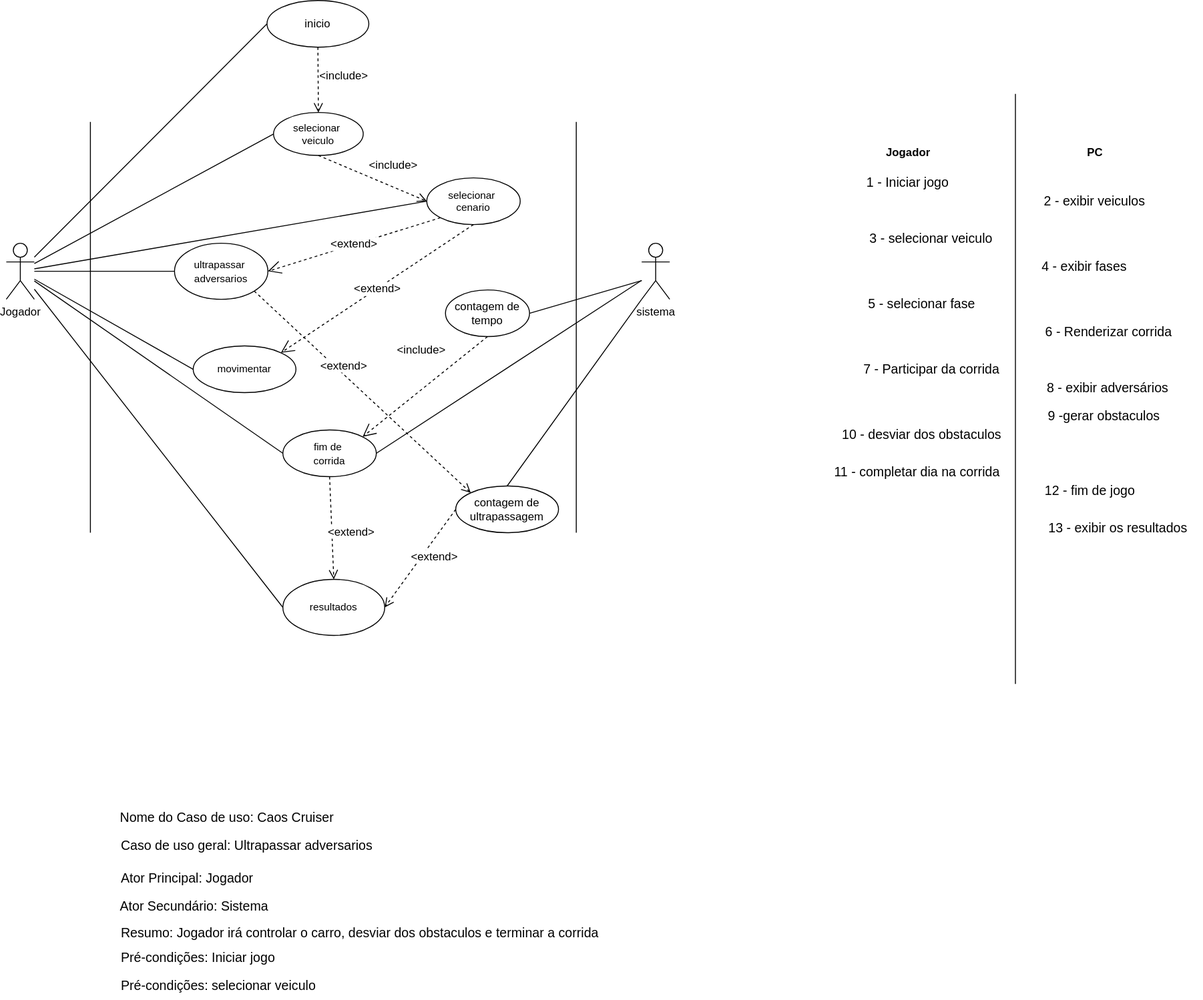
Earlier version of the draw.io export diagrama caso de uso Enduro.drawio.svg (YosagiGames/CaosCruiser). Source tidied: cells renumbered, new cells last; positions are measured from the earlier drawing's top-left corner, leaving out a move shared by most shapes.
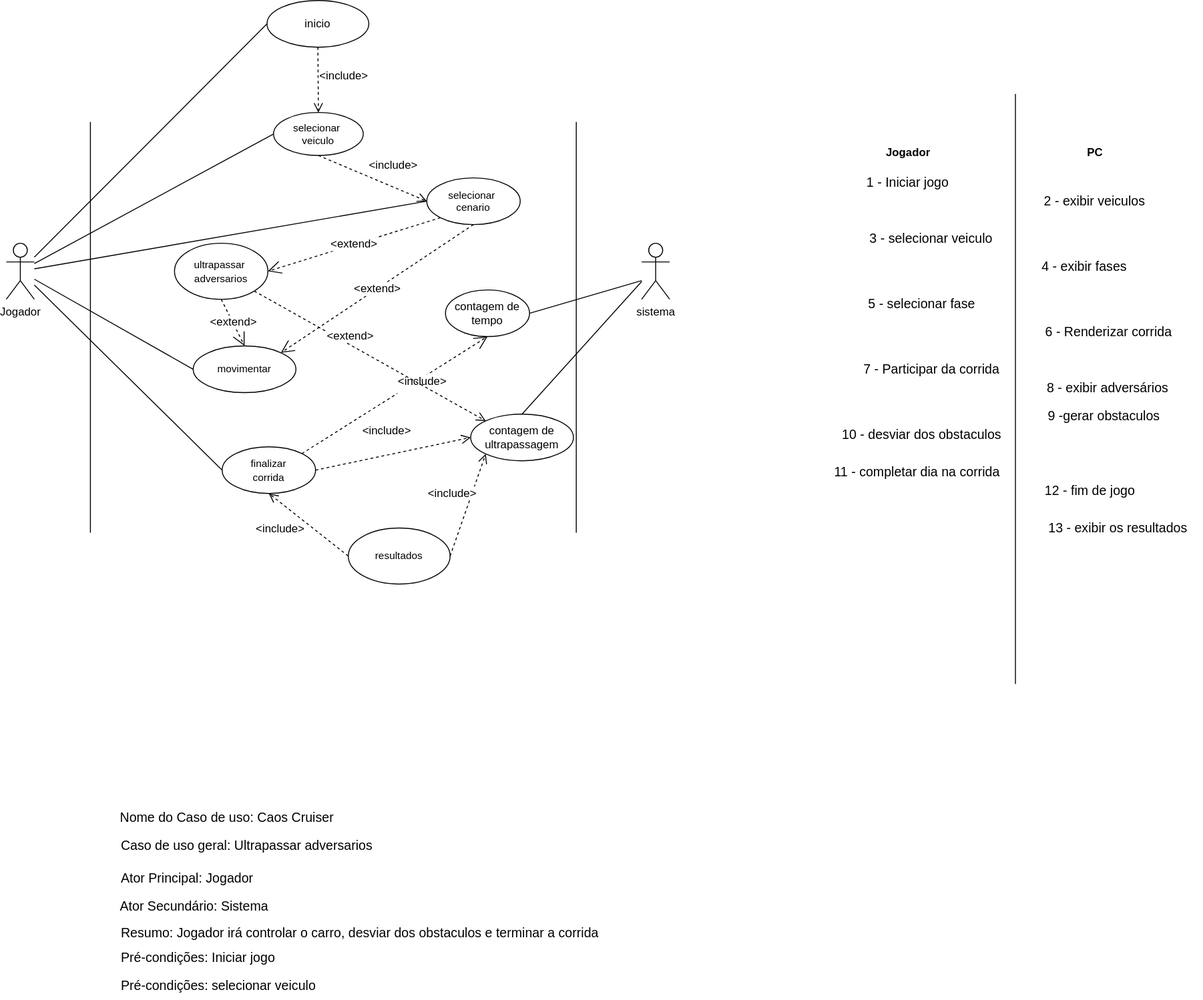
After the commit.

Diff of the diagram source:
```diff
@@ -29,11 +29,11 @@
     <mxCell id="8" value="&lt;font style=&quot;font-size: 11px;&quot;&gt;selecionar&amp;nbsp;&lt;/font&gt;&lt;div style=&quot;font-size: 11px;&quot;&gt;cenario&lt;/div&gt;" style="ellipse;whiteSpace=wrap;html=1;" parent="1" vertex="1">
       <mxGeometry x="450" y="190" width="100" height="50" as="geometry" />
     </mxCell>
-    <mxCell id="9" value="&lt;span style=&quot;font-size: 11px;&quot;&gt;fim de&amp;nbsp;&lt;/span&gt;&lt;div&gt;&lt;span style=&quot;font-size: 11px;&quot;&gt;corrida&lt;/span&gt;&lt;/div&gt;" style="ellipse;whiteSpace=wrap;html=1;" parent="1" vertex="1">
-      <mxGeometry x="296" y="460" width="100" height="50" as="geometry" />
+    <mxCell id="9" value="&lt;div&gt;&lt;span style=&quot;font-size: 11px;&quot;&gt;finalizar&lt;/span&gt;&lt;/div&gt;&lt;div&gt;&lt;span style=&quot;font-size: 11px;&quot;&gt;corrida&lt;/span&gt;&lt;/div&gt;" style="ellipse;whiteSpace=wrap;html=1;" parent="1" vertex="1">
+      <mxGeometry x="231" y="478" width="100" height="50" as="geometry" />
     </mxCell>
     <mxCell id="10" value="&lt;span style=&quot;font-size: 11px;&quot;&gt;resultados&lt;/span&gt;" style="ellipse;whiteSpace=wrap;html=1;" parent="1" vertex="1">
-      <mxGeometry x="296" y="620" width="109" height="60" as="geometry" />
+      <mxGeometry x="366" y="565" width="109" height="60" as="geometry" />
     </mxCell>
     <mxCell id="11" style="endArrow=none;html=1;rounded=0;entryX=0;entryY=0.5;entryDx=0;entryDy=0;" parent="1" edge="1" source="4" target="6">
       <mxGeometry relative="1" as="geometry" />
@@ -44,26 +44,17 @@
     <mxCell id="13" style="endArrow=none;html=1;rounded=0;entryX=0;entryY=0.5;entryDx=0;entryDy=0;" parent="1" edge="1" source="4" target="8">
       <mxGeometry relative="1" as="geometry" />
     </mxCell>
-    <mxCell id="14" style="endArrow=none;html=1;rounded=0;entryX=0;entryY=0.5;entryDx=0;entryDy=0;" parent="1" edge="1" source="4" target="45">
-      <mxGeometry relative="1" as="geometry" />
-    </mxCell>
     <mxCell id="15" style="endArrow=none;html=1;rounded=0;entryX=0;entryY=0.5;entryDx=0;entryDy=0;" parent="1" edge="1" source="4" target="9">
       <mxGeometry relative="1" as="geometry" />
     </mxCell>
-    <mxCell id="16" style="endArrow=none;html=1;rounded=0;entryX=0;entryY=0.5;entryDx=0;entryDy=0;" parent="1" edge="1" source="4" target="10">
-      <mxGeometry relative="1" as="geometry" />
-    </mxCell>
-    <mxCell id="17" style="endArrow=none;html=1;rounded=0;entryX=1;entryY=0.5;entryDx=0;entryDy=0;" parent="1" edge="1" source="5" target="9">
-      <mxGeometry relative="1" as="geometry" />
-    </mxCell>
     <mxCell id="18" value="&lt;font style=&quot;font-size: 12px;&quot;&gt;&amp;lt;include&amp;gt;&lt;/font&gt;" style="html=1;verticalAlign=bottom;endArrow=open;dashed=1;endSize=8;curved=0;rounded=0;exitX=0.5;exitY=1;exitDx=0;exitDy=0;" parent="1" edge="1" source="6" target="7">
       <mxGeometry x="0.16" y="27" relative="1" as="geometry" />
     </mxCell>
     <mxCell id="19" value="&lt;font style=&quot;font-size: 12px;&quot;&gt;&amp;lt;include&amp;gt;&lt;/font&gt;" style="html=1;verticalAlign=bottom;endArrow=open;dashed=1;endSize=8;curved=0;rounded=0;exitX=0.5;exitY=1;exitDx=0;exitDy=0;entryX=0;entryY=0.5;entryDx=0;entryDy=0;" parent="1" edge="1" source="7" target="8">
       <mxGeometry x="0.28" y="13" relative="1" as="geometry" />
     </mxCell>
-    <mxCell id="20" value="&lt;font style=&quot;font-size: 12px;&quot;&gt;&amp;lt;extend&amp;gt;&lt;/font&gt;" style="html=1;verticalAlign=bottom;endArrow=open;dashed=1;endSize=8;curved=0;rounded=0;exitX=0.5;exitY=1;exitDx=0;exitDy=0;entryX=0.5;entryY=0;entryDx=0;entryDy=0;" parent="1" edge="1" source="9" target="10">
-      <mxGeometry x="0.27" y="20" relative="1" as="geometry" />
+    <mxCell id="20" value="&lt;span style=&quot;font-size: 12px;&quot;&gt;&amp;lt;include&amp;gt;&lt;/span&gt;&lt;div&gt;&lt;span style=&quot;font-size: 12px;&quot;&gt;&lt;br&gt;&lt;/span&gt;&lt;/div&gt;" style="html=1;verticalAlign=bottom;endArrow=open;dashed=1;endSize=8;curved=0;rounded=0;entryX=0.5;entryY=1;entryDx=0;entryDy=0;exitX=0;exitY=0.5;exitDx=0;exitDy=0;" parent="1" edge="1" source="10" target="9">
+      <mxGeometry x="0.1" y="41" relative="1" as="geometry" />
     </mxCell>
     <mxCell id="21" value="Jogador" style="text;align=center;fontStyle=1;verticalAlign=middle;spacingLeft=3;spacingRight=3;strokeColor=none;html=1;" parent="1" vertex="1">
       <mxGeometry x="925" y="150" width="80" height="26" as="geometry" />
@@ -163,20 +154,28 @@
     <mxCell id="51" style="endArrow=none;html=1;rounded=0;entryX=0;entryY=0.5;entryDx=0;entryDy=0;" parent="1" edge="1" source="4" target="49">
       <mxGeometry relative="1" as="geometry" />
     </mxCell>
-    <mxCell id="52" value="&lt;font style=&quot;font-size: 12px;&quot;&gt;&amp;lt;include&amp;gt;&lt;/font&gt;&lt;div style=&quot;font-size: 12px;&quot;&gt;&lt;br&gt;&lt;/div&gt;" style="endArrow=open;endSize=12;dashed=1;html=1;rounded=0;entryX=1;entryY=0;entryDx=0;entryDy=0;exitX=0.5;exitY=1;exitDx=0;exitDy=0;" parent="1" edge="1" source="47" target="9">
-      <mxGeometry x="-0.2" y="-27" relative="1" as="geometry" />
+    <mxCell id="52" value="&lt;font style=&quot;font-size: 12px;&quot;&gt;&amp;lt;include&amp;gt;&lt;/font&gt;&lt;div style=&quot;font-size: 12px;&quot;&gt;&lt;br&gt;&lt;/div&gt;" style="endArrow=open;endSize=12;dashed=1;html=1;rounded=0;exitX=1;exitY=0;exitDx=0;exitDy=0;entryX=0.5;entryY=1;entryDx=0;entryDy=0;" parent="1" edge="1" source="9" target="47">
+      <mxGeometry x="0.24" y="-9" relative="1" as="geometry" />
     </mxCell>
     <mxCell id="53" value="contagem de ultrapassagem" style="ellipse;whiteSpace=wrap;html=1;" parent="1" vertex="1">
-      <mxGeometry x="481" y="520" width="110" height="50" as="geometry" />
+      <mxGeometry x="497" y="443" width="110" height="50" as="geometry" />
     </mxCell>
-    <mxCell id="54" value="&lt;font style=&quot;font-size: 12px;&quot;&gt;&amp;lt;extend&amp;gt;&lt;/font&gt;" style="html=1;verticalAlign=bottom;endArrow=open;dashed=1;endSize=8;curved=0;rounded=0;exitX=0;exitY=0.5;exitDx=0;exitDy=0;entryX=1;entryY=0.5;entryDx=0;entryDy=0;" parent="1" edge="1" source="53" target="10">
+    <mxCell id="54" value="&lt;span style=&quot;font-size: 12px;&quot;&gt;&amp;lt;include&amp;gt;&lt;/span&gt;" style="html=1;verticalAlign=bottom;endArrow=open;dashed=1;endSize=8;curved=0;rounded=0;entryX=0;entryY=1;entryDx=0;entryDy=0;exitX=1;exitY=0.5;exitDx=0;exitDy=0;" parent="1" edge="1" source="10" target="53">
       <mxGeometry x="-0.04" y="17" relative="1" as="geometry" />
     </mxCell>
     <mxCell id="55" value="&lt;font style=&quot;font-size: 12px;&quot;&gt;&amp;lt;extend&amp;gt;&lt;/font&gt;" style="html=1;verticalAlign=bottom;endArrow=open;dashed=1;endSize=8;curved=0;rounded=0;exitX=1;exitY=1;exitDx=0;exitDy=0;entryX=0;entryY=0;entryDx=0;entryDy=0;" parent="1" edge="1" source="45" target="53">
       <mxGeometry x="-0.17" relative="1" as="geometry" />
     </mxCell>
-    <mxCell id="56" style="endArrow=none;html=1;rounded=0;entryX=0.5;entryY=0;entryDx=0;entryDy=0;exitX=0;exitY=1;exitDx=0;exitDy=0;exitPerimeter=0;" parent="1" edge="1" source="5" target="53">
-      <mxGeometry relative="1" as="geometry" />
+    <mxCell id="56" style="endArrow=none;html=1;rounded=0;entryX=0.5;entryY=0;entryDx=0;entryDy=0;" parent="1" edge="1" target="53">
+      <mxGeometry relative="1" as="geometry">
+        <mxPoint x="680" y="301" as="sourcePoint" />
+      </mxGeometry>
     </mxCell>
+    <mxCell id="57" value="&lt;font style=&quot;font-size: 12px;&quot;&gt;&amp;lt;extend&amp;gt;&lt;/font&gt;" style="endArrow=open;endSize=12;dashed=1;html=1;rounded=0;entryX=0.5;entryY=0;entryDx=0;entryDy=0;exitX=0.5;exitY=1;exitDx=0;exitDy=0;" parent="1" edge="1" source="45" target="49">
+      <mxGeometry relative="1" as="geometry" />
+    </mxCell>
+    <mxCell id="58" value="&lt;span style=&quot;font-size: 12px;&quot;&gt;&amp;lt;include&amp;gt;&lt;/span&gt;" style="html=1;verticalAlign=bottom;endArrow=open;dashed=1;endSize=8;curved=0;rounded=0;exitX=1;exitY=0.5;exitDx=0;exitDy=0;entryX=0;entryY=0.5;entryDx=0;entryDy=0;" parent="1" edge="1" source="9" target="53">
+      <mxGeometry x="-0.04" y="17" relative="1" as="geometry" />
+    </mxCell>
   </root>
 </mxGraphModel>
```
